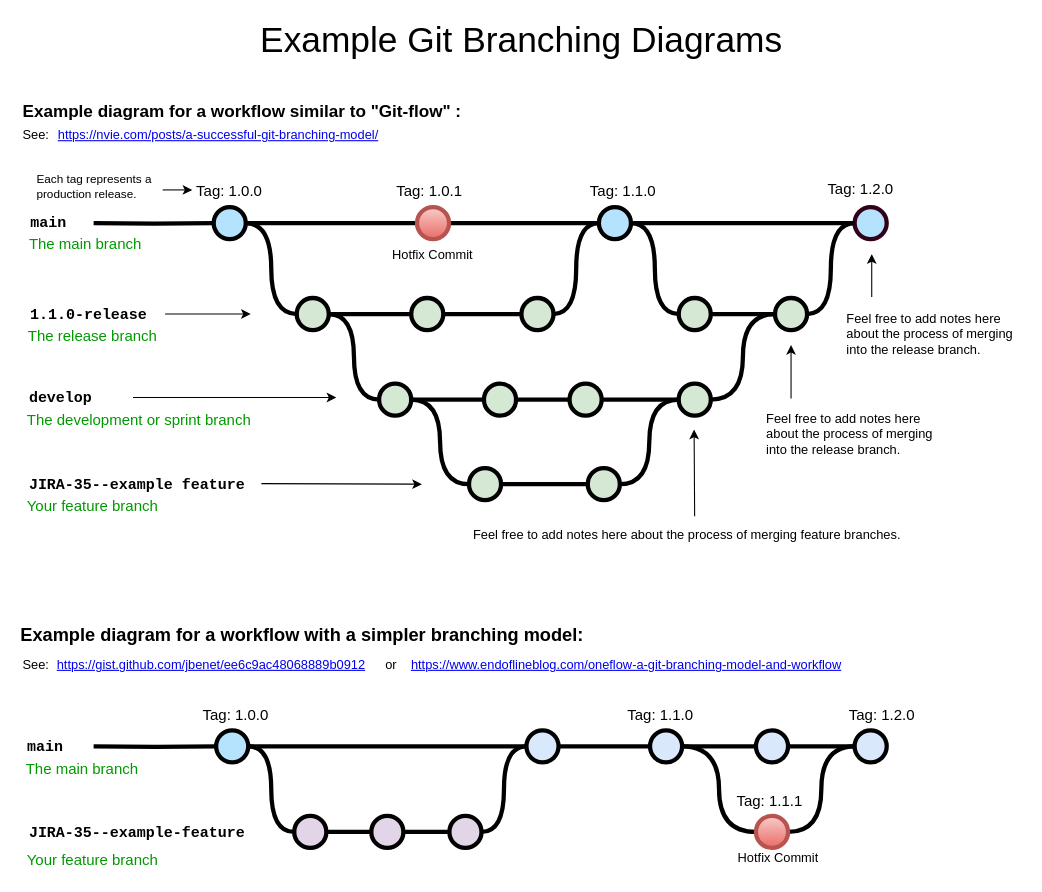
MiaSinek/miasinek.com keeps this draw.io diagram as img/Untitled Diagram.drawio. Above is the earlier version. Source tidied: cells renumbered, new cells numbered last; positions are measured from the earlier drawing's top-left corner, leaving out a move shared by most shapes. Both pictures are drawn from the tidied source at 107%, with x=0, y=0 at pixel (18, 18).
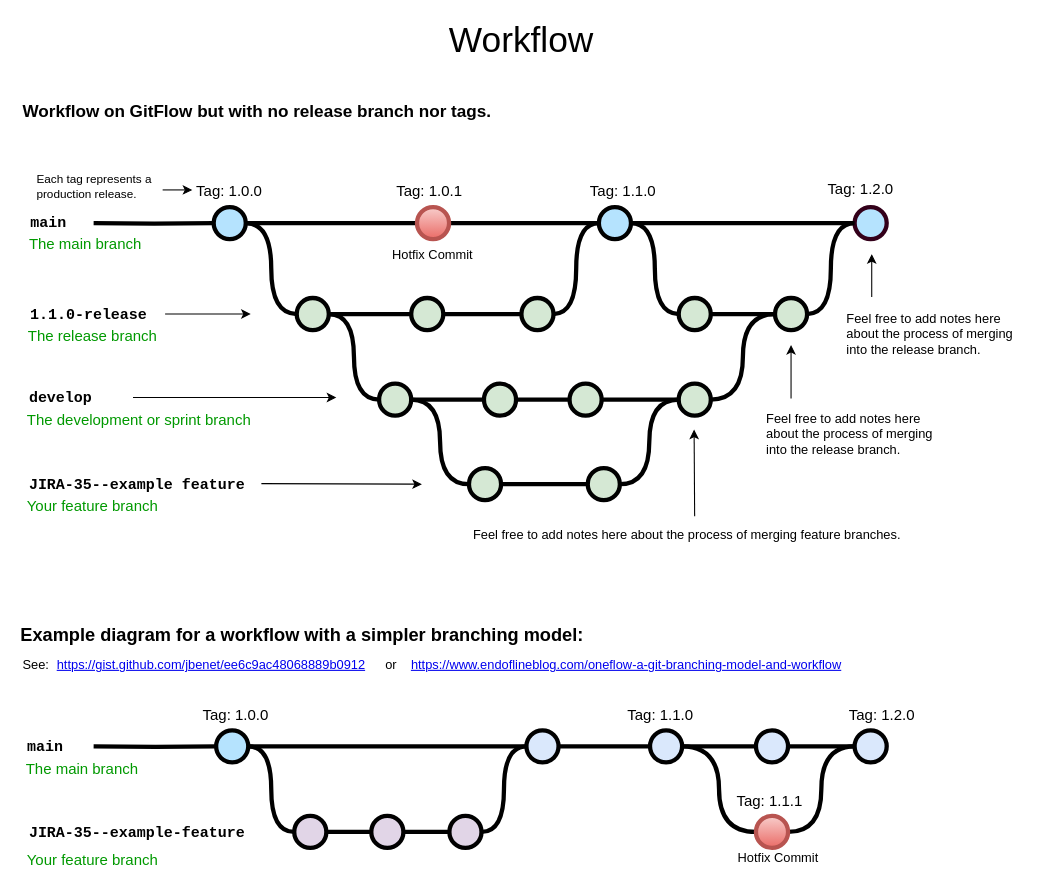
The same diagram, later.

Change to the diagram source:
```diff
@@
-    <mxCell id="55" value="Example Git Branching Diagrams" style="text;html=1;strokeColor=none;fillColor=none;align=center;verticalAlign=middle;whiteSpace=wrap;rounded=0;fontSize=33;fontColor=#000000;" parent="1" vertex="1">
+    <mxCell id="55" value="Workflow" style="text;html=1;strokeColor=none;fillColor=none;align=center;verticalAlign=middle;whiteSpace=wrap;rounded=0;fontSize=33;fontColor=#000000;" parent="1" vertex="1">
       <mxGeometry x="201" width="538" height="40" as="geometry" />
     </mxCell>
-    <mxCell id="56" value="Example diagram for a workflow similar to &quot;Git-flow&quot; :" style="text;whiteSpace=wrap;html=1;fontStyle=1;fontSize=16;" parent="1" vertex="1">
-      <mxGeometry x="2.2" y="70" width="427.8" height="20" as="geometry" />
+    <mxCell id="56" value="Workflow on GitFlow but with no release branch nor tags." style="text;whiteSpace=wrap;html=1;fontStyle=1;fontSize=16;" parent="1" vertex="1">
+      <mxGeometry x="2.2" y="70" width="457.8" height="20" as="geometry" />
     </mxCell>
-    <mxCell id="57" value="&lt;a href=&quot;https://nvie.com/posts/a-successful-git-branching-model/&quot;&gt;https://nvie.com/posts/a-successful-git-branching-model/&lt;/a&gt;" style="text;whiteSpace=wrap;html=1;" parent="1" vertex="1">
-      <mxGeometry x="35" y="95" width="355" height="20" as="geometry" />
-    </mxCell>
@@
-    <mxCell id="59" value="See:" style="text;whiteSpace=wrap;html=1;" parent="1" vertex="1">
-      <mxGeometry x="2.2" y="95" width="32.8" height="20" as="geometry" />
-    </mxCell>
```
